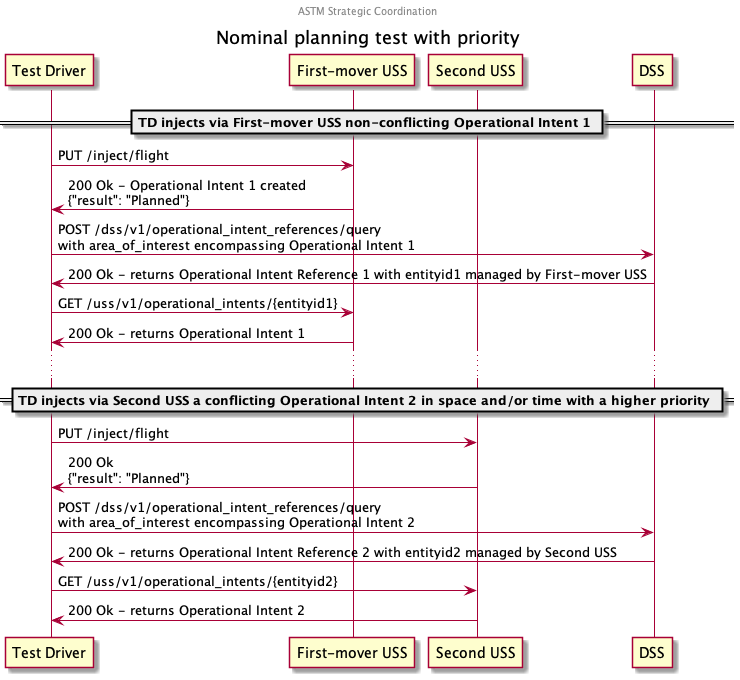
Earlier version of the PlantUML export interfaces/automated-testing/scd/design/astm-strategic-coordination/nominal-planning-priority/sequence.png (interuss/dss).
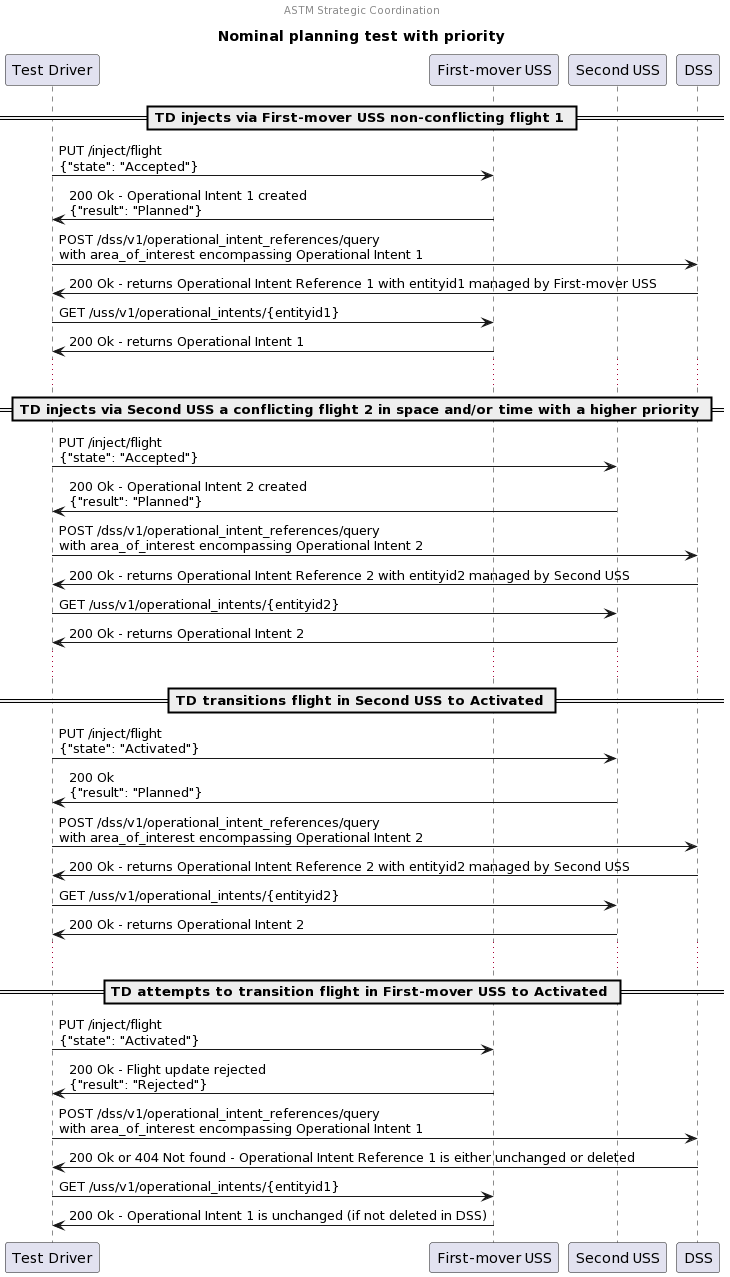
After the change.

Commit message:
Add verification of activation behavior

Diff of the diagram source:
```diff
@@ -7,9 +7,9 @@
 participant "Second USS" as USS2
 participant "DSS"
 
-== TD injects via First-mover USS non-conflicting Operational Intent 1 ==
+== TD injects via First-mover USS non-conflicting flight 1 ==
 
-TD -> USS1: PUT /inject/flight
+TD -> USS1: PUT /inject/flight\n{"state": "Accepted"}
 TD <- USS1: 200 Ok - Operational Intent 1 created\n{"result": "Planned"}
 
 TD -> DSS: POST /dss/v1/operational_intent_references/query\nwith area_of_interest encompassing Operational Intent 1
@@ -20,9 +20,22 @@
 
 ...
 
-== TD injects via Second USS a conflicting Operational Intent 2 in space and/or time with a higher priority ==
+== TD injects via Second USS a conflicting flight 2 in space and/or time with a higher priority ==
 
-TD -> USS2: PUT /inject/flight
+TD -> USS2: PUT /inject/flight\n{"state": "Accepted"}
+TD <- USS2: 200 Ok - Operational Intent 2 created\n{"result": "Planned"}
+
+TD -> DSS: POST /dss/v1/operational_intent_references/query\nwith area_of_interest encompassing Operational Intent 2
+TD <- DSS: 200 Ok - returns Operational Intent Reference 2 with entityid2 managed by Second USS
+
+TD -> USS2: GET /uss/v1/operational_intents/{entityid2}
+TD <- USS2: 200 Ok - returns Operational Intent 2
+
+...
+
+== TD transitions flight in Second USS to Activated ==
+
+TD -> USS2: PUT /inject/flight\n{"state": "Activated"}
 TD <- USS2: 200 Ok\n{"result": "Planned"}
 
 TD -> DSS: POST /dss/v1/operational_intent_references/query\nwith area_of_interest encompassing Operational Intent 2
@@ -31,4 +44,16 @@
 TD -> USS2: GET /uss/v1/operational_intents/{entityid2}
 TD <- USS2: 200 Ok - returns Operational Intent 2
 
+...
+
+== TD attempts to transition flight in First-mover USS to Activated ==
+
+TD -> USS1: PUT /inject/flight\n{"state": "Activated"}
+TD <- USS1: 200 Ok - Flight update rejected\n{"result": "Rejected"}
+
+TD -> DSS: POST /dss/v1/operational_intent_references/query\nwith area_of_interest encompassing Operational Intent 1
+TD <- DSS: 200 Ok or 404 Not found - Operational Intent Reference 1 is either unchanged or deleted
+
+TD -> USS1: GET /uss/v1/operational_intents/{entityid1}
+TD <- USS1: 200 Ok - Operational Intent 1 is unchanged (if not deleted in DSS)
 @enduml
```
